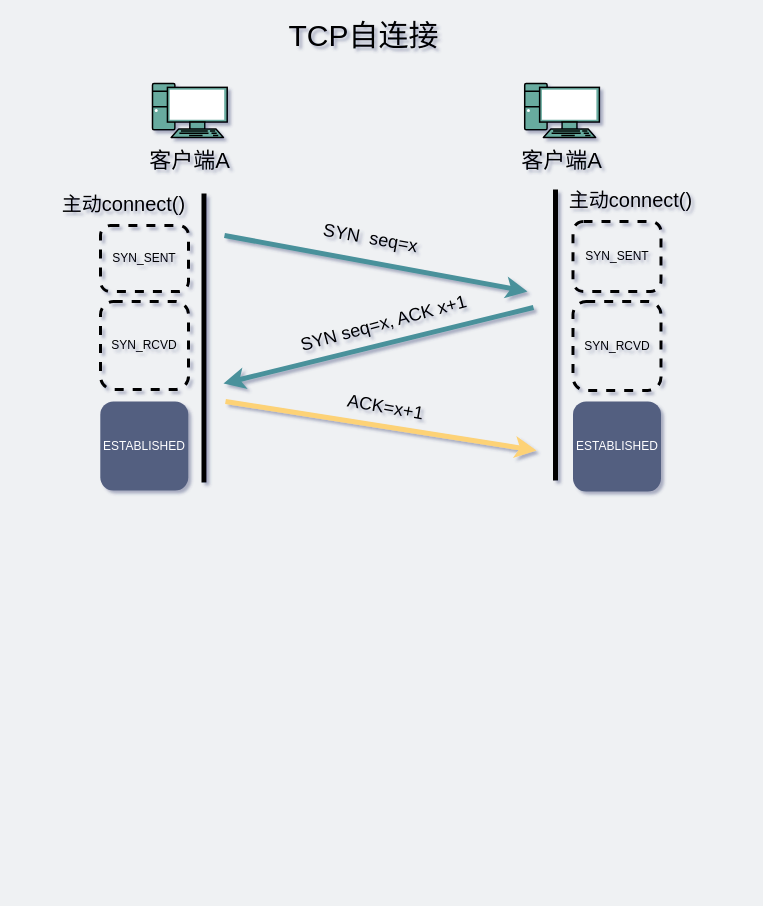
xiaobaiTech/image keeps this draw.io diagram as network/TCP自连接.drawio. Above is the earlier version. Source tidied: cells renumbered, new cells numbered last; positions are measured from the earlier drawing's top-left corner, leaving out a move shared by most shapes. Both pictures are drawn from the tidied source at 100%, with x=0, y=0 at pixel (58, 21).
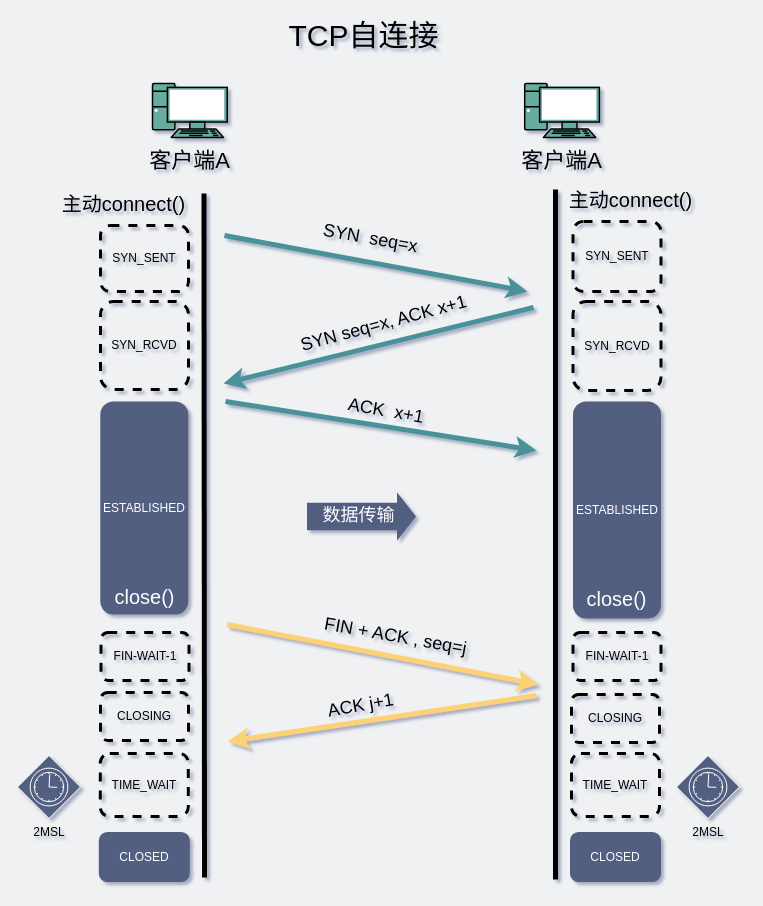
The same page after the edit.

The edit, as a diff of the source:
```diff
@@
-    <mxCell id="5" style="endArrow=none;html=1;strokeWidth=5;exitX=0;exitY=0.25;exitDx=0;exitDy=0;" parent="1" edge="1">
+    <mxCell id="5" style="endArrow=none;html=1;strokeWidth=5;" parent="1" edge="1">
       <mxGeometry relative="1" as="geometry">
-        <mxPoint x="145.5" y="461.1" as="sourcePoint" />
+        <mxPoint x="146" y="856" as="sourcePoint" />
         <mxPoint x="145.5" y="172" as="targetPoint" />
       </mxGeometry>
     </mxCell>
@@
     <mxCell id="10" value="ESTABLISHED" style="rounded=1;whiteSpace=wrap;html=1;dashed=1;strokeWidth=3;fillColor=#535E80;strokeColor=none;fontColor=#FFFFFF;" parent="1" vertex="1">
-      <mxGeometry x="41.8" y="380" width="88" height="89" as="geometry" />
+      <mxGeometry x="41.8" y="380" width="88" height="213" as="geometry" />
     </mxCell>
     <mxCell id="11" style="endArrow=none;html=1;strokeWidth=5;" parent="1" edge="1">
       <mxGeometry relative="1" as="geometry">
-        <mxPoint x="497" y="459" as="sourcePoint" />
+        <mxPoint x="497" y="858" as="sourcePoint" />
         <mxPoint x="497" y="168" as="targetPoint" />
       </mxGeometry>
     </mxCell>
@@
-    <mxCell id="16" style="endArrow=classic;html=1;strokeWidth=5;fontSize=20;strokeColor=#FDD276;" parent="1" edge="1">
+    <mxCell id="16" style="endArrow=classic;html=1;strokeWidth=5;fontSize=20;fontColor=#4A919B;strokeColor=#4A919B;" parent="1" edge="1">
       <mxGeometry relative="1" as="geometry">
         <mxPoint x="167" y="380" as="sourcePoint" />
         <mxPoint x="478" y="429" as="targetPoint" />
       </mxGeometry>
     </mxCell>
-    <mxCell id="17" value="&lt;font style=&quot;font-size: 18px&quot;&gt;ACK=x+1&lt;/font&gt;" style="text;html=1;strokeColor=none;fillColor=none;align=center;verticalAlign=middle;whiteSpace=wrap;rounded=0;fontSize=12;rotation=10;" parent="1" vertex="1">
-      <mxGeometry x="257" y="375" width="141" height="21" as="geometry" />
+    <mxCell id="17" value="&lt;font style=&quot;font-size: 18px&quot;&gt;FIN + ACK , seq=j&lt;/font&gt;" style="text;html=1;strokeColor=none;fillColor=none;align=center;verticalAlign=middle;whiteSpace=wrap;rounded=0;fontSize=12;rotation=10;" parent="1" vertex="1">
+      <mxGeometry x="251.4" y="602.8" width="173" height="25" as="geometry" />
     </mxCell>
@@
     <mxCell id="20" value="ESTABLISHED" style="rounded=1;whiteSpace=wrap;html=1;dashed=1;strokeWidth=3;fillColor=#535E80;strokeColor=none;fontColor=#FFFFFF;" parent="1" vertex="1">
-      <mxGeometry x="514.5" y="380" width="88" height="90" as="geometry" />
+      <mxGeometry x="514.5" y="380" width="88" height="217" as="geometry" />
     </mxCell>
@@
+    <mxCell id="23" value="close()" style="text;html=1;strokeColor=none;fillColor=none;align=center;verticalAlign=middle;whiteSpace=wrap;rounded=0;fontSize=20;fontColor=#FFFFFF;" parent="1" vertex="1">
+      <mxGeometry x="47.8" y="565" width="76.5" height="20" as="geometry" />
+    </mxCell>
+    <mxCell id="24" style="shape=flexArrow;endArrow=none;html=1;fontColor=#FFFFFF;gradientColor=none;endWidth=24.381720430107528;endSize=9.583333333333334;width=27.5;startArrow=block;endFill=0;strokeColor=none;fillColor=#535E80;" parent="1" edge="1">
+      <mxGeometry relative="1" as="geometry">
+        <mxPoint x="358" y="495" as="sourcePoint" />
+        <mxPoint x="248" y="495" as="targetPoint" />
+      </mxGeometry>
+    </mxCell>
+    <mxCell id="25" value="TIME_WAIT" style="rounded=1;whiteSpace=wrap;html=1;strokeColor=#000000;fillColor=none;dashed=1;strokeWidth=3;" parent="1" vertex="1">
+      <mxGeometry x="41.8" y="732" width="88" height="63" as="geometry" />
+    </mxCell>
+    <mxCell id="26" value="&lt;font color=&quot;#ffffff&quot;&gt;CLOSED&lt;/font&gt;" style="rounded=1;whiteSpace=wrap;html=1;strokeWidth=3;strokeColor=#535E80;fillColor=#535E80;" parent="1" vertex="1">
+      <mxGeometry x="41.8" y="812" width="88" height="47" as="geometry" />
+    </mxCell>
+    <mxCell id="27" style="shape=mxgraph.bpmn.gateway2;html=1;verticalLabelPosition=bottom;labelBackgroundColor=#ffffff;verticalAlign=top;align=center;perimeter=rhombusPerimeter;outline=standard;symbol=timer;fillColor=#535E80;strokeColor=#FFFFFF;" parent="1" vertex="1">
+      <mxGeometry x="-41" y="734" width="63" height="63" as="geometry" />
+    </mxCell>
+    <mxCell id="28" value="2MSL" style="text;html=1;strokeColor=none;fillColor=none;align=center;verticalAlign=middle;whiteSpace=wrap;rounded=0;" parent="1" vertex="1">
+      <mxGeometry x="-29.5" y="801" width="40" height="20" as="geometry" />
+    </mxCell>
+    <mxCell id="29" value="&lt;font style=&quot;font-size: 18px&quot;&gt;数据传输&lt;/font&gt;" style="text;html=1;strokeColor=none;fillColor=none;align=center;verticalAlign=middle;whiteSpace=wrap;rounded=0;rotation=0;fontColor=#FFFFFF;" parent="1" vertex="1">
+      <mxGeometry x="261" y="484" width="79" height="20" as="geometry" />
+    </mxCell>
+    <mxCell id="30" value="FIN-WAIT-1" style="rounded=1;whiteSpace=wrap;html=1;strokeColor=#000000;fillColor=none;dashed=1;strokeWidth=3;" parent="1" vertex="1">
+      <mxGeometry x="514.5" y="611" width="88" height="48" as="geometry" />
+    </mxCell>
+    <mxCell id="31" style="endArrow=classic;html=1;strokeWidth=5;fontSize=20;fontColor=#FDD276;strokeColor=#FDD276;" parent="1" edge="1">
+      <mxGeometry relative="1" as="geometry">
+        <mxPoint x="168.7" y="603" as="sourcePoint" />
+        <mxPoint x="480" y="663" as="targetPoint" />
+      </mxGeometry>
+    </mxCell>
+    <mxCell id="32" value="close()" style="text;html=1;strokeColor=none;fillColor=none;align=center;verticalAlign=middle;whiteSpace=wrap;rounded=0;fontSize=20;fontColor=#FFFFFF;" parent="1" vertex="1">
+      <mxGeometry x="520.2" y="567" width="76.5" height="20" as="geometry" />
+    </mxCell>
+    <mxCell id="33" value="FIN-WAIT-1" style="rounded=1;whiteSpace=wrap;html=1;strokeColor=#000000;fillColor=none;dashed=1;strokeWidth=3;" parent="1" vertex="1">
+      <mxGeometry x="42.5" y="611" width="88" height="48" as="geometry" />
+    </mxCell>
+    <mxCell id="34" value="CLOSING" style="rounded=1;whiteSpace=wrap;html=1;strokeColor=#000000;fillColor=none;dashed=1;strokeWidth=3;" parent="1" vertex="1">
+      <mxGeometry x="513" y="673" width="88" height="48" as="geometry" />
+    </mxCell>
+    <mxCell id="35" value="CLOSING" style="rounded=1;whiteSpace=wrap;html=1;strokeColor=#000000;fillColor=none;dashed=1;strokeWidth=3;" parent="1" vertex="1">
+      <mxGeometry x="42" y="671" width="88" height="48" as="geometry" />
+    </mxCell>
+    <mxCell id="36" style="endArrow=classic;html=1;strokeWidth=5;fontSize=20;strokeColor=#FDD276;" parent="1" edge="1">
+      <mxGeometry relative="1" as="geometry">
+        <mxPoint x="478" y="674" as="sourcePoint" />
+        <mxPoint x="169" y="720" as="targetPoint" />
+      </mxGeometry>
+    </mxCell>
+    <mxCell id="37" value="TIME_WAIT" style="rounded=1;whiteSpace=wrap;html=1;strokeColor=#000000;fillColor=none;dashed=1;strokeWidth=3;" parent="1" vertex="1">
+      <mxGeometry x="513" y="732" width="88" height="63" as="geometry" />
+    </mxCell>
+    <mxCell id="38" value="&lt;font color=&quot;#ffffff&quot;&gt;CLOSED&lt;/font&gt;" style="rounded=1;whiteSpace=wrap;html=1;strokeWidth=3;strokeColor=#535E80;fillColor=#535E80;" parent="1" vertex="1">
+      <mxGeometry x="513" y="812" width="88" height="47" as="geometry" />
+    </mxCell>
+    <mxCell id="39" style="shape=mxgraph.bpmn.gateway2;html=1;verticalLabelPosition=bottom;labelBackgroundColor=#ffffff;verticalAlign=top;align=center;perimeter=rhombusPerimeter;outline=standard;symbol=timer;fillColor=#535E80;strokeColor=#FFFFFF;" parent="1" vertex="1">
+      <mxGeometry x="618" y="734" width="63" height="63" as="geometry" />
+    </mxCell>
+    <mxCell id="40" value="2MSL" style="text;html=1;strokeColor=none;fillColor=none;align=center;verticalAlign=middle;whiteSpace=wrap;rounded=0;" parent="1" vertex="1">
+      <mxGeometry x="629.5" y="801" width="40" height="20" as="geometry" />
+    </mxCell>
+    <mxCell id="41" value="&lt;font style=&quot;font-size: 18px&quot;&gt;ACK j+1&lt;/font&gt;" style="text;html=1;strokeColor=none;fillColor=none;align=center;verticalAlign=middle;whiteSpace=wrap;rounded=0;fontSize=12;rotation=-10;" parent="1" vertex="1">
+      <mxGeometry x="232" y="673" width="141" height="21" as="geometry" />
+    </mxCell>
+    <mxCell id="42" value="&lt;font style=&quot;font-size: 18px&quot;&gt;&amp;nbsp;ACK&amp;nbsp; x+1&lt;/font&gt;" style="text;html=1;strokeColor=none;fillColor=none;align=center;verticalAlign=middle;whiteSpace=wrap;rounded=0;fontSize=12;rotation=10;" parent="1" vertex="1">
+      <mxGeometry x="255" y="378" width="141" height="21" as="geometry" />
+    </mxCell>
```
